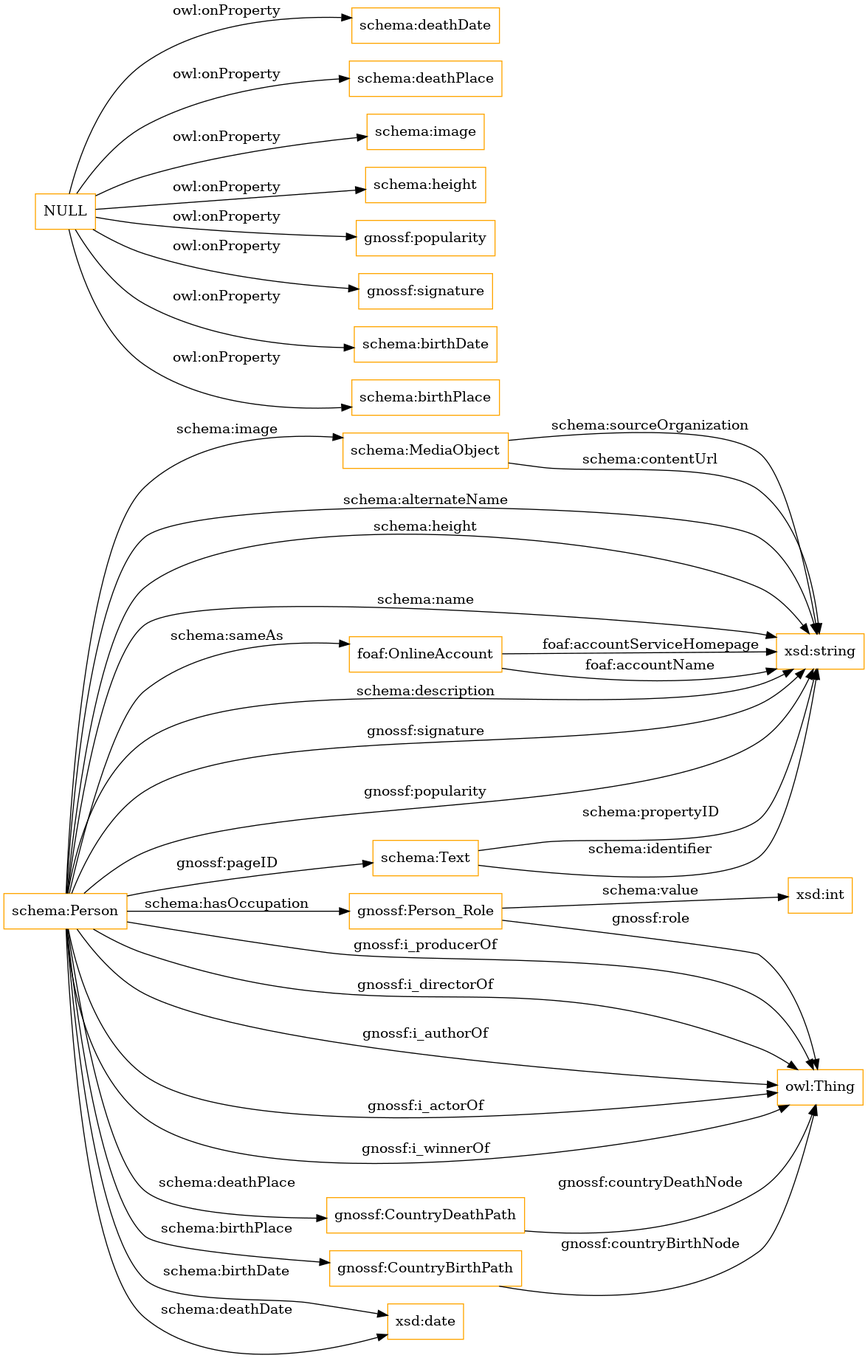
Before: OnToology/gfpersona.owl/diagrams/ar2dtool-class/gfpersona.owl.png, a diagram exported from Graphviz (sergio10mwws/ontologias-demo). Its source is kept beside it as OnToology/gfpersona.owl/diagrams/ar2dtool-class/gfpersona.owl.png.dot.
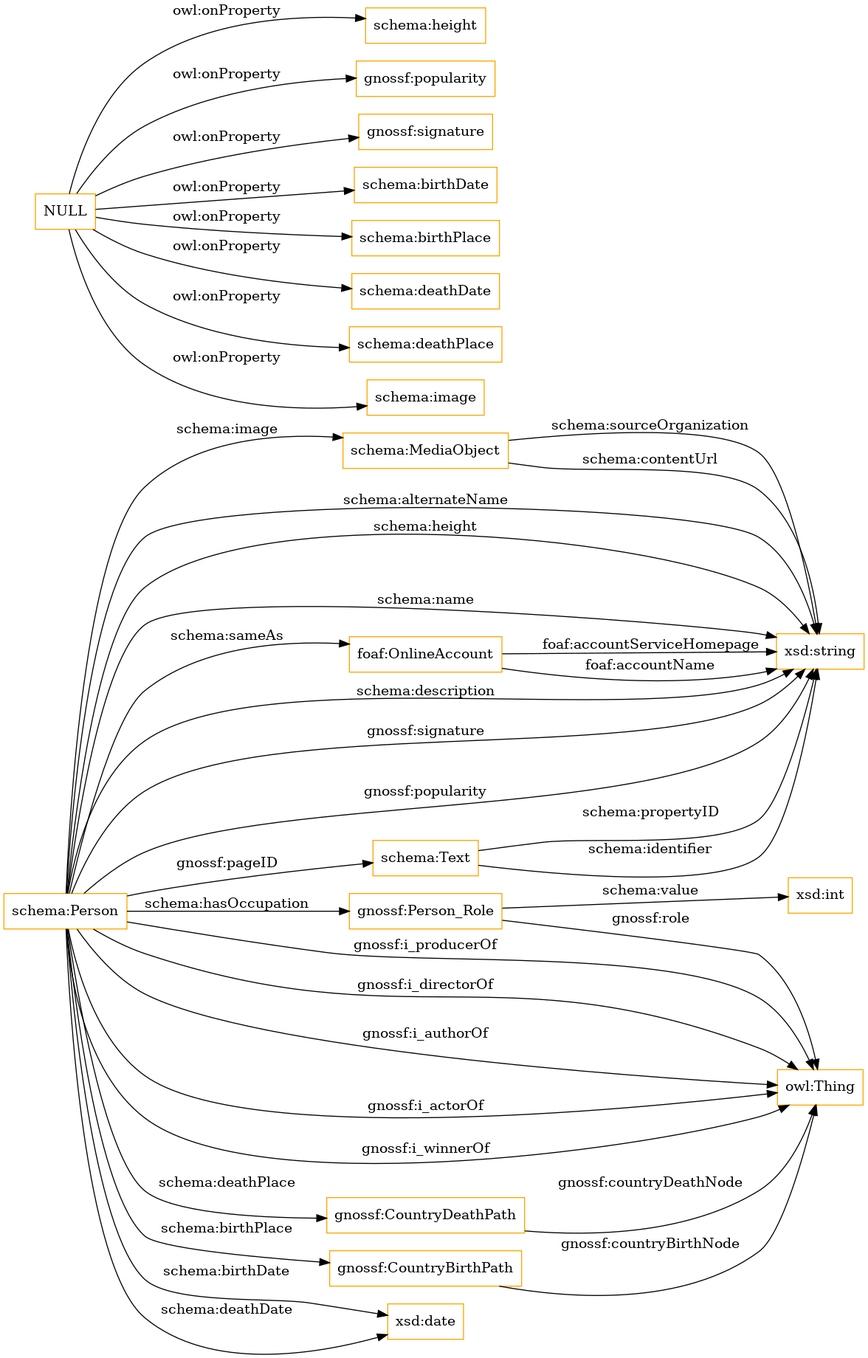
The same diagram one commit later.

Diff of the diagram source:
```diff
@@ -2,14 +2,14 @@
 rankdir=LR;
 size="1501"
 node [shape = rectangle, color="orange"]; "gnossf:Person_Role" "schema:Person" "schema:Text" "foaf:OnlineAccount" "gnossf:CountryDeathPath" "gnossf:CountryBirthPath" "schema:MediaObject" ; /*classes style*/
-	"NULL" -> "schema:deathDate" [ label = "owl:onProperty" ];
-	"NULL" -> "schema:deathPlace" [ label = "owl:onProperty" ];
-	"NULL" -> "schema:image" [ label = "owl:onProperty" ];
 	"NULL" -> "schema:height" [ label = "owl:onProperty" ];
 	"NULL" -> "gnossf:popularity" [ label = "owl:onProperty" ];
 	"NULL" -> "gnossf:signature" [ label = "owl:onProperty" ];
 	"NULL" -> "schema:birthDate" [ label = "owl:onProperty" ];
 	"NULL" -> "schema:birthPlace" [ label = "owl:onProperty" ];
+	"NULL" -> "schema:deathDate" [ label = "owl:onProperty" ];
+	"NULL" -> "schema:deathPlace" [ label = "owl:onProperty" ];
+	"NULL" -> "schema:image" [ label = "owl:onProperty" ];
 	"schema:Person" -> "xsd:string" [ label = "schema:alternateName" ];
 	"schema:Person" -> "owl:Thing" [ label = "gnossf:i_actorOf" ];
 	"schema:Person" -> "gnossf:CountryBirthPath" [ label = "schema:birthPlace" ];
```
